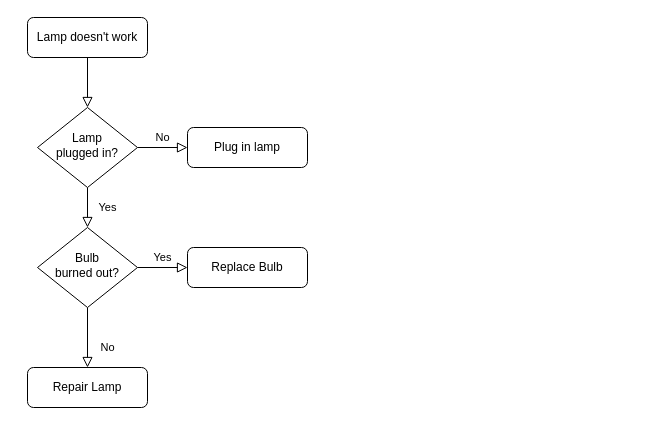
Above: Flow.drawio in Deeathwiing/brackets (draw.io), before the change. Source tidied: cells renumbered, new cells numbered last; positions are measured from the earlier drawing's top-left corner, leaving out a move shared by most shapes. Both pictures are drawn from the tidied source at 100%, with x=0, y=0 at pixel (27, 17).
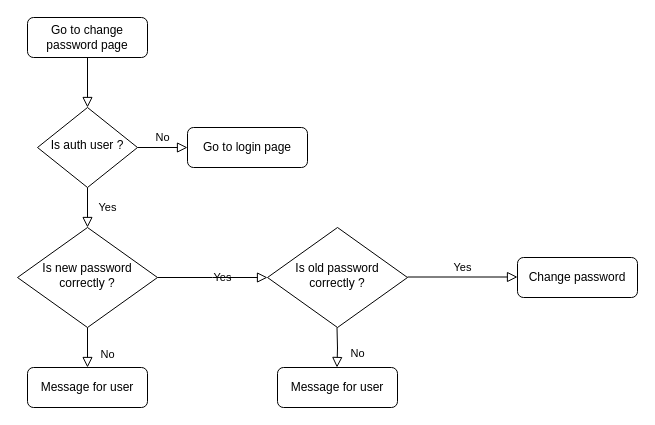
The same diagram, later.

What changed in the source:
```diff
@@
 <mxGraphModel>
   <root>
     <mxCell id="0" />
     <mxCell id="1" parent="0" />
     <mxCell id="2" style="rounded=0;html=1;jettySize=auto;fontSize=11;endArrow=block;endFill=0;endSize=8;strokeWidth=1;shadow=0;labelBackgroundColor=none;edgeStyle=orthogonalEdgeStyle;" parent="1" edge="1" source="3" target="6">
       <mxGeometry relative="1" as="geometry" />
     </mxCell>
-    <mxCell id="3" value="Lamp doesn't work" style="rounded=1;whiteSpace=wrap;html=1;fontSize=12;glass=0;strokeWidth=1;shadow=0;" parent="1" vertex="1">
+    <mxCell id="3" value="Go to change password page" style="rounded=1;whiteSpace=wrap;html=1;fontSize=12;glass=0;strokeWidth=1;shadow=0;" parent="1" vertex="1">
       <mxGeometry width="120" height="40" as="geometry" />
     </mxCell>
     <mxCell id="4" value="Yes" style="rounded=0;html=1;jettySize=auto;fontSize=11;endArrow=block;endFill=0;endSize=8;strokeWidth=1;shadow=0;labelBackgroundColor=none;edgeStyle=orthogonalEdgeStyle;" parent="1" edge="1" source="6" target="10">
       <mxGeometry y="20" relative="1" as="geometry" />
     </mxCell>
     <mxCell id="5" value="No" style="edgeStyle=orthogonalEdgeStyle;rounded=0;html=1;jettySize=auto;fontSize=11;endArrow=block;endFill=0;endSize=8;strokeWidth=1;shadow=0;labelBackgroundColor=none;" parent="1" edge="1" source="6" target="7">
       <mxGeometry y="10" relative="1" as="geometry" />
     </mxCell>
-    <mxCell id="6" value="Lamp&lt;br&gt;plugged in?" style="rhombus;whiteSpace=wrap;html=1;shadow=0;fontFamily=Helvetica;fontSize=12;align=center;strokeWidth=1;spacing=6;spacingTop=-4;" parent="1" vertex="1">
+    <mxCell id="6" value="Is auth user ?" style="rhombus;whiteSpace=wrap;html=1;shadow=0;fontFamily=Helvetica;fontSize=12;align=center;strokeWidth=1;spacing=6;spacingTop=-4;" parent="1" vertex="1">
       <mxGeometry x="10" y="90" width="100" height="80" as="geometry" />
     </mxCell>
-    <mxCell id="7" value="Plug in lamp" style="rounded=1;whiteSpace=wrap;html=1;fontSize=12;glass=0;strokeWidth=1;shadow=0;" parent="1" vertex="1">
+    <mxCell id="7" value="Go to login page" style="rounded=1;whiteSpace=wrap;html=1;fontSize=12;glass=0;strokeWidth=1;shadow=0;" parent="1" vertex="1">
       <mxGeometry x="160" y="110" width="120" height="40" as="geometry" />
     </mxCell>
     <mxCell id="8" value="No" style="rounded=0;html=1;jettySize=auto;fontSize=11;endArrow=block;endFill=0;endSize=8;strokeWidth=1;shadow=0;labelBackgroundColor=none;edgeStyle=orthogonalEdgeStyle;" parent="1" edge="1" source="10" target="11">
       <mxGeometry x="0.33" y="20" relative="1" as="geometry" />
     </mxCell>
-    <mxCell id="9" value="Yes" style="edgeStyle=orthogonalEdgeStyle;rounded=0;html=1;jettySize=auto;fontSize=11;endArrow=block;endFill=0;endSize=8;strokeWidth=1;shadow=0;labelBackgroundColor=none;" parent="1" edge="1" source="10" target="12">
-      <mxGeometry y="10" relative="1" as="geometry" />
+    <mxCell id="9" value="Yes" style="edgeStyle=orthogonalEdgeStyle;rounded=0;html=1;jettySize=auto;fontSize=11;endArrow=block;endFill=0;endSize=8;strokeWidth=1;shadow=0;labelBackgroundColor=none;" parent="1" edge="1" source="10">
+      <mxGeometry y="10" relative="1" as="geometry">
+        <mxPoint x="240" y="260" as="targetPoint" />
+      </mxGeometry>
     </mxCell>
-    <mxCell id="10" value="Bulb&lt;br&gt;burned out?" style="rhombus;whiteSpace=wrap;html=1;shadow=0;fontFamily=Helvetica;fontSize=12;align=center;strokeWidth=1;spacing=6;spacingTop=-4;" parent="1" vertex="1">
-      <mxGeometry x="10" y="210" width="100" height="80" as="geometry" />
+    <mxCell id="10" value="Is new password correctly ?" style="rhombus;whiteSpace=wrap;html=1;shadow=0;fontFamily=Helvetica;fontSize=12;align=center;strokeWidth=1;spacing=6;spacingTop=-4;" parent="1" vertex="1">
+      <mxGeometry x="-10" y="210" width="140" height="100" as="geometry" />
     </mxCell>
-    <mxCell id="11" value="Repair Lamp" style="rounded=1;whiteSpace=wrap;html=1;fontSize=12;glass=0;strokeWidth=1;shadow=0;" parent="1" vertex="1">
+    <mxCell id="11" value="Message for user" style="rounded=1;whiteSpace=wrap;html=1;fontSize=12;glass=0;strokeWidth=1;shadow=0;" parent="1" vertex="1">
       <mxGeometry y="350" width="120" height="40" as="geometry" />
     </mxCell>
-    <mxCell id="12" value="Replace Bulb" style="rounded=1;whiteSpace=wrap;html=1;fontSize=12;glass=0;strokeWidth=1;shadow=0;" parent="1" vertex="1">
-      <mxGeometry x="160" y="230" width="120" height="40" as="geometry" />
-    </mxCell>
+    <mxCell id="13" value="Is old password correctly ?" style="rhombus;whiteSpace=wrap;html=1;shadow=0;fontFamily=Helvetica;fontSize=12;align=center;strokeWidth=1;spacing=6;spacingTop=-4;" parent="1" vertex="1">
+      <mxGeometry x="240" y="210" width="140" height="100" as="geometry" />
+    </mxCell>
+    <mxCell id="14" value="Message for user" style="rounded=1;whiteSpace=wrap;html=1;fontSize=12;glass=0;strokeWidth=1;shadow=0;" parent="1" vertex="1">
+      <mxGeometry x="250" y="350" width="120" height="40" as="geometry" />
+    </mxCell>
+    <mxCell id="15" value="No" style="rounded=0;html=1;jettySize=auto;orthogonalLoop=1;fontSize=11;endArrow=block;endFill=0;endSize=8;strokeWidth=1;shadow=0;labelBackgroundColor=none;edgeStyle=orthogonalEdgeStyle;" parent="1" edge="1">
+      <mxGeometry x="0.33" y="20" relative="1" as="geometry">
+        <mxPoint x="309.5" y="310" as="sourcePoint" />
+        <mxPoint x="309.5" y="350" as="targetPoint" />
+      </mxGeometry>
+    </mxCell>
+    <mxCell id="16" value="Yes" style="edgeStyle=orthogonalEdgeStyle;rounded=0;html=1;jettySize=auto;orthogonalLoop=1;fontSize=11;endArrow=block;endFill=0;endSize=8;strokeWidth=1;shadow=0;labelBackgroundColor=none;" parent="1" edge="1">
+      <mxGeometry y="10" relative="1" as="geometry">
+        <mxPoint x="380" y="259.5" as="sourcePoint" />
+        <mxPoint x="490" y="259.5" as="targetPoint" />
+      </mxGeometry>
+    </mxCell>
+    <mxCell id="17" value="Change password" style="rounded=1;whiteSpace=wrap;html=1;fontSize=12;glass=0;strokeWidth=1;shadow=0;" parent="1" vertex="1">
+      <mxGeometry x="490" y="240" width="120" height="40" as="geometry" />
+    </mxCell>
   </root>
 </mxGraphModel>
```
